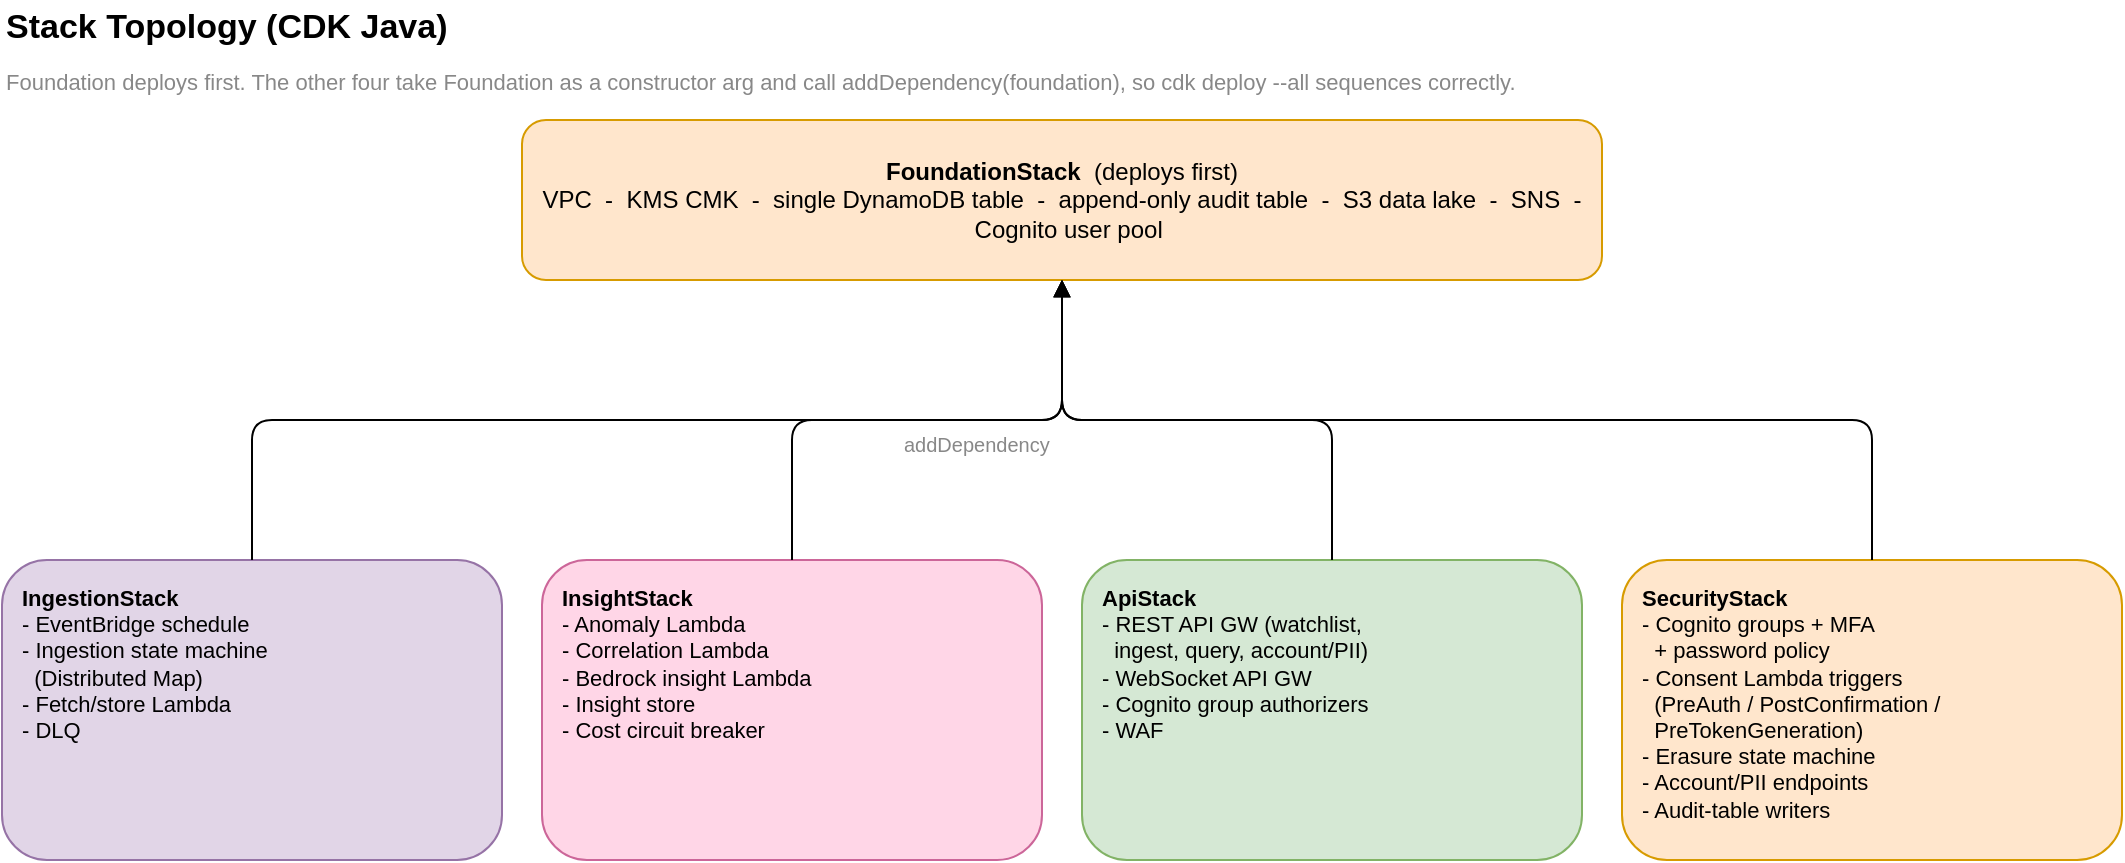
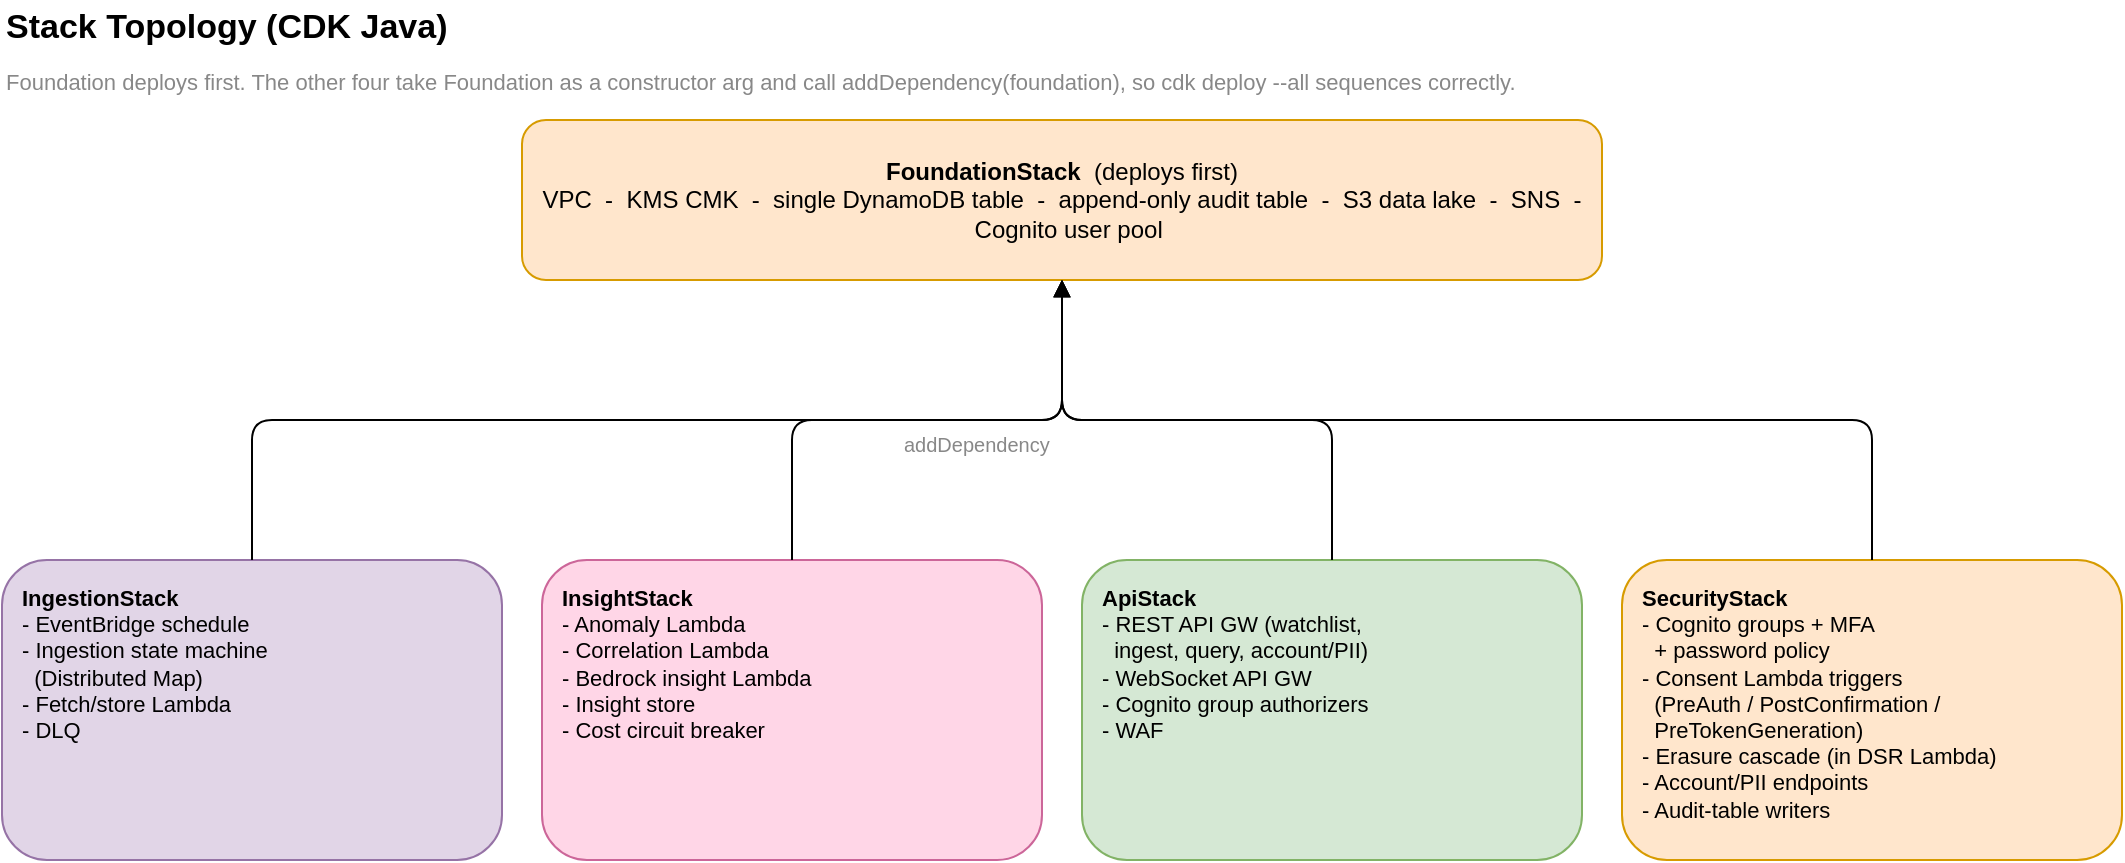
<mxGraphModel dx="1100" dy="800" grid="1" gridSize="10" guides="1" tooltips="1" connect="1" arrows="1" fold="1" page="1" pageScale="1" pageWidth="1120" pageHeight="500" math="0" shadow="0" adaptiveColors="auto">
  <root>
    <mxCell id="0"/>
    <mxCell id="1" parent="0"/>
    <mxCell id="title" value="Stack Topology (CDK Java)" style="text;html=1;fontSize=17;fontStyle=1;align=left;verticalAlign=middle;" vertex="1" parent="1">
      <mxGeometry x="30" y="10" width="500" height="28" as="geometry"/>
    </mxCell>
    <mxCell id="note" value="Foundation deploys first. The other four take Foundation as a constructor arg and call addDependency(foundation), so cdk deploy --all sequences correctly." style="text;html=1;fontSize=11;fontColor=#888888;align=left;" vertex="1" parent="1">
      <mxGeometry x="30" y="38" width="900" height="18" as="geometry"/>
    </mxCell>
    <mxCell id="foundation" value="&lt;b&gt;FoundationStack&lt;/b&gt;&#160;&#160;(deploys first)&lt;br&gt;VPC&#160;&#160;-&#160;&#160;KMS CMK&#160;&#160;-&#160;&#160;single DynamoDB table&#160;&#160;-&#160;&#160;append-only audit table&#160;&#160;-&#160;&#160;S3 data lake&#160;&#160;-&#160;&#160;SNS&#160;&#160;-&#160;&#160;Cognito user pool" style="rounded=1;whiteSpace=wrap;html=1;align=center;verticalAlign=middle;fillColor=#FFE6CC;strokeColor=#D79B00;fontSize=12;" vertex="1" parent="1">
      <mxGeometry x="290" y="70" width="540" height="80" as="geometry"/>
    </mxCell>
    <mxCell id="ingestion" value="&lt;b&gt;IngestionStack&lt;/b&gt;&lt;br&gt;- EventBridge schedule&lt;br&gt;- Ingestion state machine&lt;br&gt;&#160;&#160;(Distributed Map)&lt;br&gt;- Fetch/store Lambda&lt;br&gt;- DLQ" style="rounded=1;whiteSpace=wrap;html=1;align=left;verticalAlign=top;spacingLeft=8;spacingTop=6;fillColor=#E1D5E7;strokeColor=#9673A6;fontSize=11;" vertex="1" parent="1">
      <mxGeometry x="30" y="290" width="250" height="150" as="geometry"/>
    </mxCell>
    <mxCell id="insight" value="&lt;b&gt;InsightStack&lt;/b&gt;&lt;br&gt;- Anomaly Lambda&lt;br&gt;- Correlation Lambda&lt;br&gt;- Bedrock insight Lambda&lt;br&gt;- Insight store&lt;br&gt;- Cost circuit breaker" style="rounded=1;whiteSpace=wrap;html=1;align=left;verticalAlign=top;spacingLeft=8;spacingTop=6;fillColor=#FFD6E7;strokeColor=#CC6699;fontSize=11;" vertex="1" parent="1">
      <mxGeometry x="300" y="290" width="250" height="150" as="geometry"/>
    </mxCell>
    <mxCell id="api" value="&lt;b&gt;ApiStack&lt;/b&gt;&lt;br&gt;- REST API GW (watchlist,&lt;br&gt;&#160;&#160;ingest, query, account/PII)&lt;br&gt;- WebSocket API GW&lt;br&gt;- Cognito group authorizers&lt;br&gt;- WAF" style="rounded=1;whiteSpace=wrap;html=1;align=left;verticalAlign=top;spacingLeft=8;spacingTop=6;fillColor=#D5E8D4;strokeColor=#82B366;fontSize=11;" vertex="1" parent="1">
      <mxGeometry x="570" y="290" width="250" height="150" as="geometry"/>
    </mxCell>
-     <mxCell id="security" value="&lt;b&gt;SecurityStack&lt;/b&gt;&lt;br&gt;- Cognito groups + MFA&lt;br&gt;&#160;&#160;+ password policy&lt;br&gt;- Consent Lambda triggers&lt;br&gt;&#160;&#160;(PreAuth / PostConfirmation /&lt;br&gt;&#160;&#160;PreTokenGeneration)&lt;br&gt;- Erasure state machine&lt;br&gt;- Account/PII endpoints&lt;br&gt;- Audit-table writers" style="rounded=1;whiteSpace=wrap;html=1;align=left;verticalAlign=top;spacingLeft=8;spacingTop=6;fillColor=#FFE6CC;strokeColor=#D79B00;fontSize=11;" vertex="1" parent="1">
+     <mxCell id="security" value="&lt;b&gt;SecurityStack&lt;/b&gt;&lt;br&gt;- Cognito groups + MFA&lt;br&gt;&#160;&#160;+ password policy&lt;br&gt;- Consent Lambda triggers&lt;br&gt;&#160;&#160;(PreAuth / PostConfirmation /&lt;br&gt;&#160;&#160;PreTokenGeneration)&lt;br&gt;- Erasure cascade (in DSR Lambda)&lt;br&gt;- Account/PII endpoints&lt;br&gt;- Audit-table writers" style="rounded=1;whiteSpace=wrap;html=1;align=left;verticalAlign=top;spacingLeft=8;spacingTop=6;fillColor=#FFE6CC;strokeColor=#D79B00;fontSize=11;" vertex="1" parent="1">
      <mxGeometry x="840" y="290" width="250" height="150" as="geometry"/>
    </mxCell>
    <mxCell id="d1" style="edgeStyle=orthogonalEdgeStyle;html=1;endArrow=block;fontSize=10;exitX=0.5;exitY=0;exitDx=0;exitDy=0;entryX=0.5;entryY=1;entryDx=0;entryDy=0;" edge="1" parent="1" source="ingestion" target="foundation">
      <mxGeometry relative="1" as="geometry"/>
    </mxCell>
    <mxCell id="d2" style="edgeStyle=orthogonalEdgeStyle;html=1;endArrow=block;fontSize=10;exitX=0.5;exitY=0;exitDx=0;exitDy=0;entryX=0.5;entryY=1;entryDx=0;entryDy=0;" edge="1" parent="1" source="insight" target="foundation">
      <mxGeometry relative="1" as="geometry"/>
    </mxCell>
    <mxCell id="d2l" value="addDependency" style="edgeLabel;html=1;fontSize=10;fontColor=#888888;labelBackgroundColor=#FFFFFF;" connectable="0" vertex="1" parent="d2">
      <mxGeometry x="-0.1" relative="1" as="geometry"/>
    </mxCell>
    <mxCell id="d3" style="edgeStyle=orthogonalEdgeStyle;html=1;endArrow=block;fontSize=10;exitX=0.5;exitY=0;exitDx=0;exitDy=0;entryX=0.5;entryY=1;entryDx=0;entryDy=0;" edge="1" parent="1" source="api" target="foundation">
      <mxGeometry relative="1" as="geometry"/>
    </mxCell>
    <mxCell id="d4" style="edgeStyle=orthogonalEdgeStyle;html=1;endArrow=block;fontSize=10;exitX=0.5;exitY=0;exitDx=0;exitDy=0;entryX=0.5;entryY=1;entryDx=0;entryDy=0;" edge="1" parent="1" source="security" target="foundation">
      <mxGeometry relative="1" as="geometry"/>
    </mxCell>
  </root>
</mxGraphModel>
